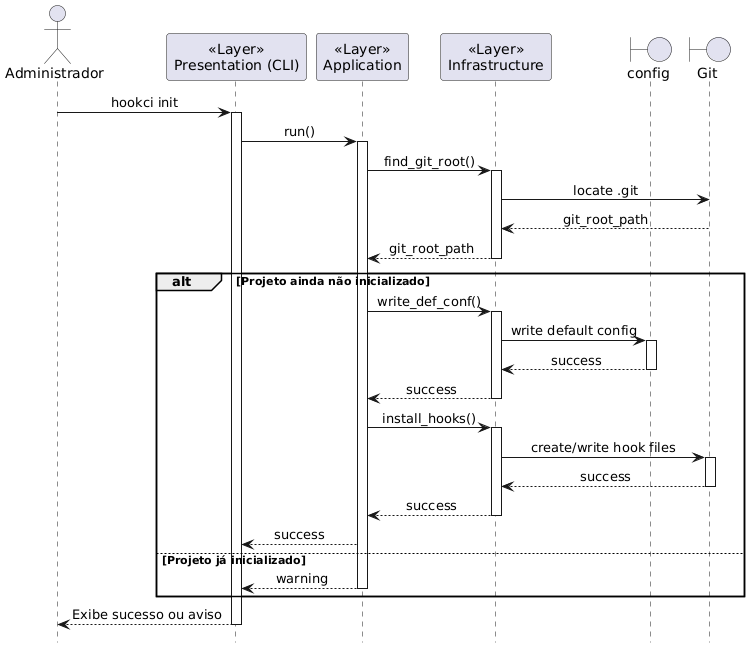
The PlantUML diagram Artefatos/diagramas/sequencia/init.png in h3nc4/tmp, before a commit. Source of this version:
```plantuml
@startuml init
!theme _none_
skinparam sequenceMessageAlign center
hide footbox

actor "Administrador" as User
participant "<<Layer>>\nPresentation (CLI)" as CLI
participant "<<Layer>>\nApplication" as App
participant "<<Layer>>\nInfrastructure" as Infra
boundary "config" as ConfigFile
boundary "Git" as GitSystem

User -> CLI : hookci init
activate CLI
CLI -> App : run()
activate App
App -> Infra : find_git_root()
activate Infra
Infra -> GitSystem : locate .git
GitSystem --> Infra : git_root_path
Infra --> App : git_root_path
deactivate Infra

alt Projeto ainda não inicializado
	App -> Infra : write_def_conf()
	activate Infra
	Infra -> ConfigFile : write default config
	activate ConfigFile
	ConfigFile --> Infra : success
	deactivate ConfigFile
	Infra --> App : success
	deactivate Infra

	App -> Infra : install_hooks()
	activate Infra
	Infra -> GitSystem : create/write hook files
	activate GitSystem
	GitSystem --> Infra : success
	deactivate GitSystem
	Infra --> App : success
	deactivate Infra
	App --> CLI : success
else Projeto já inicializado
	App --> CLI : warning
	deactivate App
end

CLI --> User : Exibe sucesso ou aviso
deactivate CLI
@enduml
```
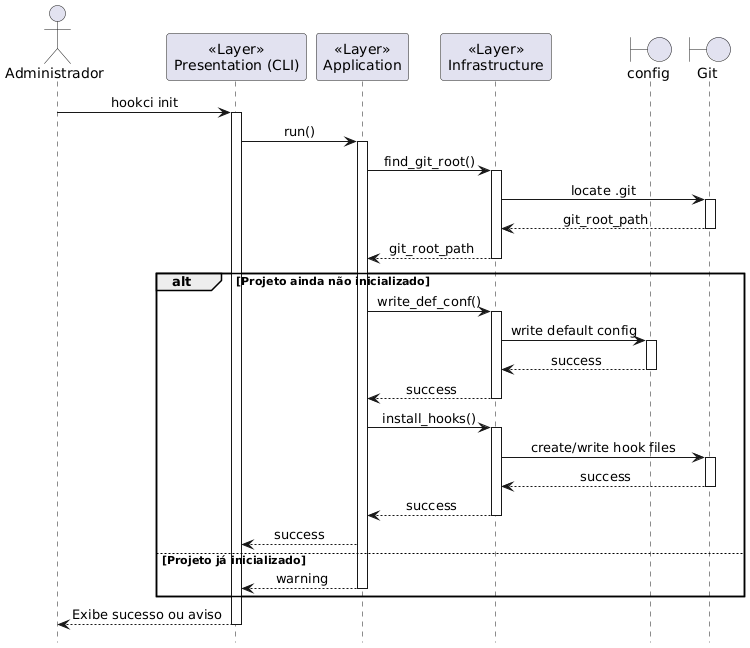
After the change.

Commit message:
fixes on sequence diagrams

The edit, as a diff of the source:
```diff
@@ -17,7 +17,9 @@
 App -> Infra : find_git_root()
 activate Infra
 Infra -> GitSystem : locate .git
+activate GitSystem
 GitSystem --> Infra : git_root_path
+deactivate GitSystem
 Infra --> App : git_root_path
 deactivate Infra
 
```
